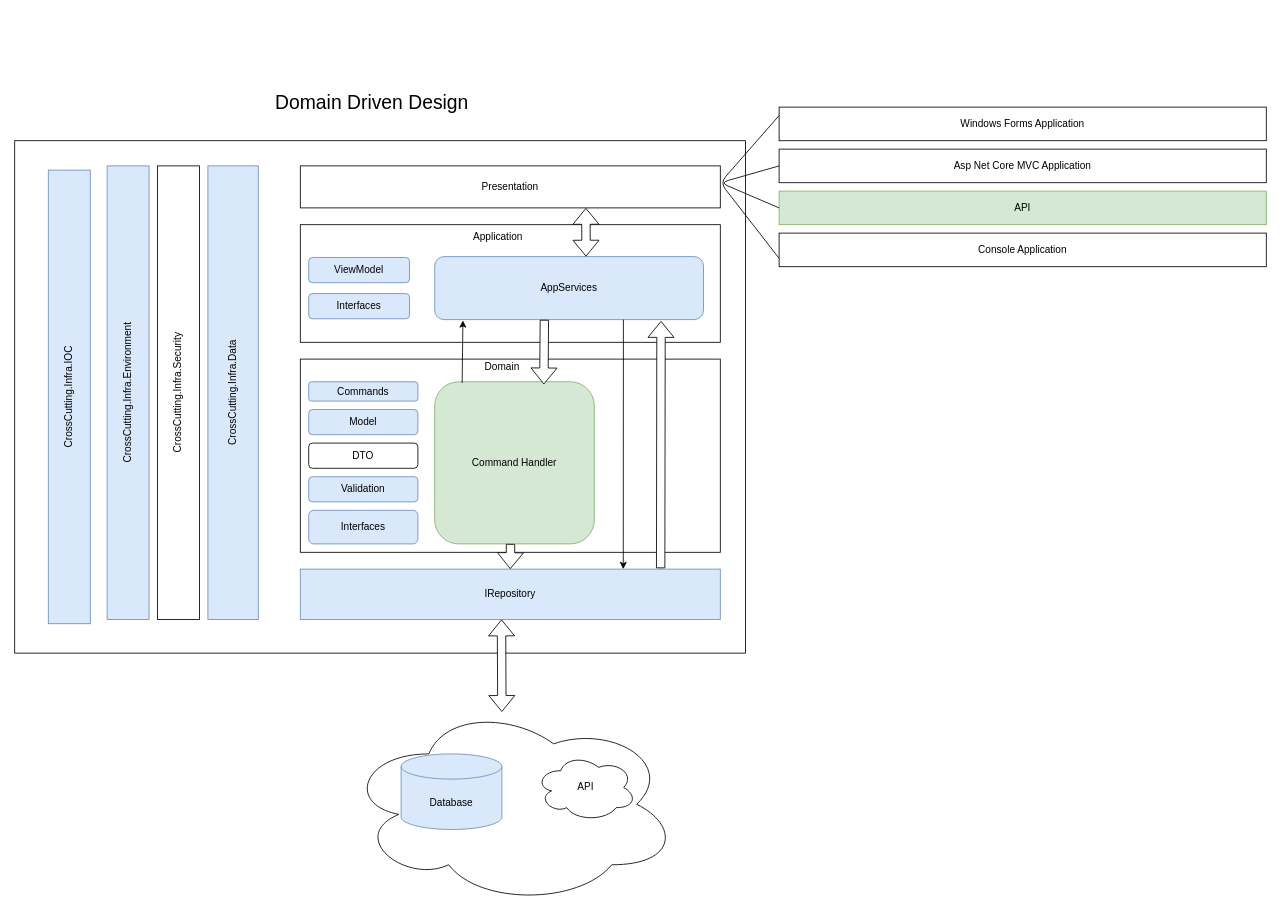
Above: page "DDD" (6 of 9) of docs/Documentation.drawio in jairodemelo/APITest (draw.io), before the change. Source tidied: cells renumbered, new cells numbered last; positions are measured from the earlier drawing's top-left corner, leaving out a move shared by most shapes. Both pictures are drawn from the tidied source at 84%, with x=0, y=0 at pixel (14, 90).
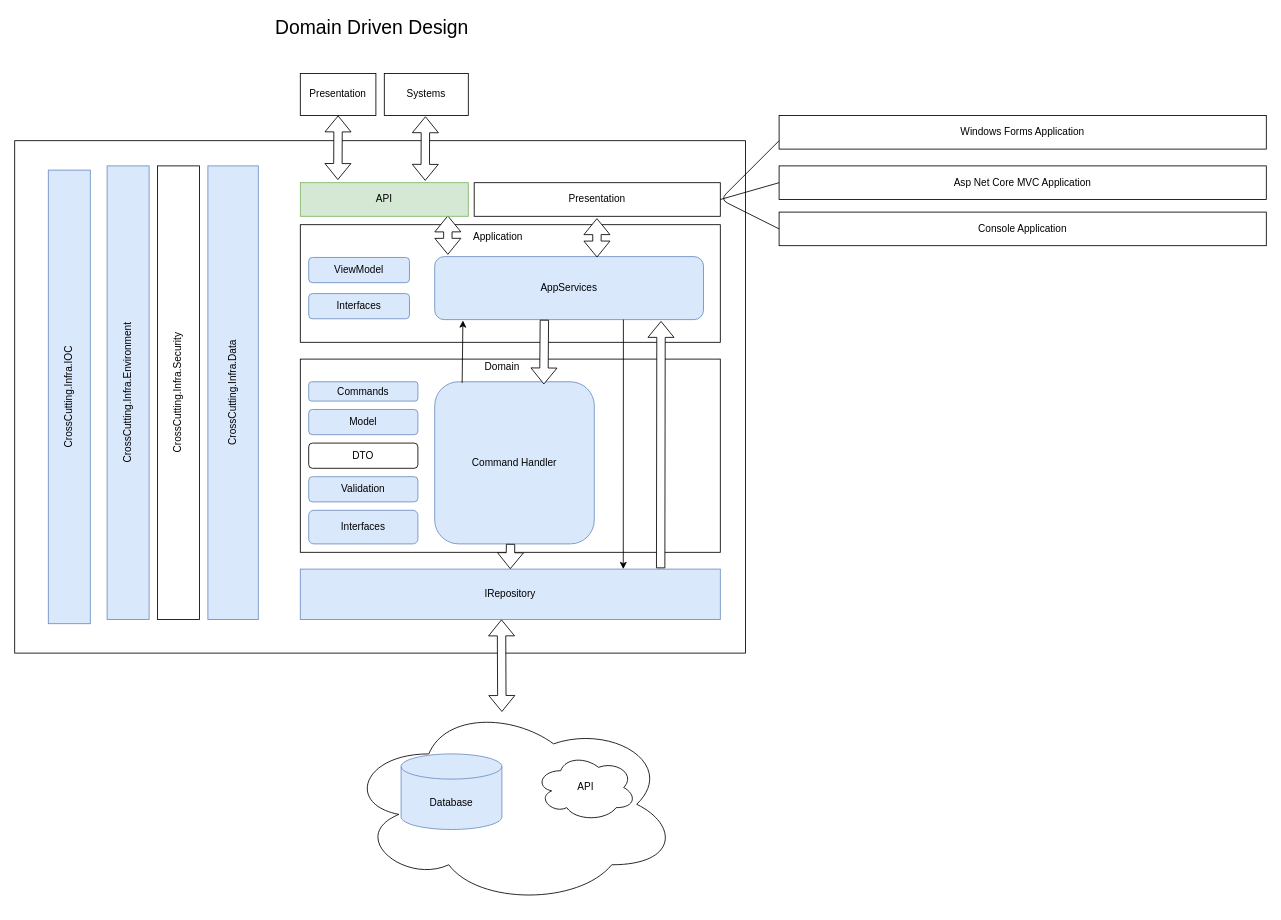
The same diagram, later.

The change refers to these unchanged cells:
```xml
<mxCell id="9" value="AppServices" style="rounded=1;whiteSpace=wrap;html=1;fontSize=12;fillColor=#dae8fc;strokeColor=#6c8ebf;" parent="1" vertex="1">
  <mxGeometry x="500" y="198" width="320" height="75" as="geometry" />
</mxCell>
```

Diff of the diagram source:
```diff
@@
     <mxCell id="3" value="Domain Driven Design" style="text;html=1;align=center;verticalAlign=middle;fontSize=23;" parent="1" vertex="1">
-      <mxGeometry x="300" width="250" height="30" as="geometry" />
+      <mxGeometry x="300" y="-90" width="250" height="30" as="geometry" />
     </mxCell>
@@
     <mxCell id="6" value="Presentation" style="rounded=0;whiteSpace=wrap;html=1;fontSize=12;" parent="1" vertex="1">
-      <mxGeometry x="340" y="90" width="500" height="50" as="geometry" />
+      <mxGeometry x="340" y="-20" width="90" height="50" as="geometry" />
     </mxCell>
@@
-    <mxCell id="12" style="shape=flexArrow;endArrow=classic;startArrow=classic;html=1;fontSize=12;entryX=0.68;entryY=1;entryDx=0;entryDy=0;entryPerimeter=0;exitX=0.563;exitY=0;exitDx=0;exitDy=0;exitPerimeter=0;fillColor=#ffffff;" parent="1" edge="1" source="9" target="6">
+    <mxCell id="12" style="shape=flexArrow;endArrow=classic;startArrow=classic;html=1;fontSize=12;exitX=0.049;exitY=-0.03;exitDx=0;exitDy=0;exitPerimeter=0;fillColor=#ffffff;entryX=0.878;entryY=0.976;entryDx=0;entryDy=0;entryPerimeter=0;" parent="1" edge="1" source="9" target="35">
       <mxGeometry relative="1" as="geometry" />
     </mxCell>
@@
-    <mxCell id="16" value="Command Handler" style="rounded=1;whiteSpace=wrap;html=1;fontSize=12;fillColor=#d5e8d4;strokeColor=#82b366;" parent="1" vertex="1">
+    <mxCell id="16" value="Command Handler" style="rounded=1;whiteSpace=wrap;html=1;fontSize=12;fillColor=#dae8fc;strokeColor=#6c8ebf;" parent="1" vertex="1">
       <mxGeometry x="500" y="347" width="190" height="193" as="geometry" />
     </mxCell>
@@
     <mxCell id="33" value="Windows Forms Application" style="rounded=0;whiteSpace=wrap;html=1;" parent="1" vertex="1">
-      <mxGeometry x="910" y="20" width="580" height="40" as="geometry" />
+      <mxGeometry x="910" y="30" width="580" height="40" as="geometry" />
     </mxCell>
     <mxCell id="34" value="Asp Net Core MVC Application" style="rounded=0;whiteSpace=wrap;html=1;" parent="1" vertex="1">
-      <mxGeometry x="910" y="70" width="580" height="40" as="geometry" />
+      <mxGeometry x="910" y="90" width="580" height="40" as="geometry" />
     </mxCell>
     <mxCell id="35" value="API" style="rounded=0;whiteSpace=wrap;html=1;fillColor=#d5e8d4;strokeColor=#82b366;" parent="1" vertex="1">
-      <mxGeometry x="910" y="120" width="580" height="40" as="geometry" />
+      <mxGeometry x="340" y="110" width="200" height="40" as="geometry" />
     </mxCell>
     <mxCell id="36" value="Console Application" style="rounded=0;whiteSpace=wrap;html=1;" parent="1" vertex="1">
-      <mxGeometry x="910" y="170" width="580" height="40" as="geometry" />
+      <mxGeometry x="910" y="145" width="580" height="40" as="geometry" />
     </mxCell>
-    <mxCell id="37" style="endArrow=none;html=1;entryX=0;entryY=0.25;entryDx=0;entryDy=0;exitX=0;exitY=0.75;exitDx=0;exitDy=0;" parent="1" edge="1" source="36" target="33">
-      <mxGeometry relative="1" as="geometry">
-        <Array as="points">
-          <mxPoint x="840" y="110" />
-        </Array>
-      </mxGeometry>
-    </mxCell>
-    <mxCell id="38" style="endArrow=none;html=1;entryX=0;entryY=0.5;entryDx=0;entryDy=0;exitX=0;exitY=0.5;exitDx=0;exitDy=0;" parent="1" edge="1" source="35" target="34">
-      <mxGeometry relative="1" as="geometry">
-        <Array as="points">
-          <mxPoint x="840" y="110" />
-        </Array>
-      </mxGeometry>
-    </mxCell>
+    <mxCell id="39" value="Systems" style="rounded=0;whiteSpace=wrap;html=1;fontSize=12;" parent="1" vertex="1">
+      <mxGeometry x="440" y="-20" width="100" height="50" as="geometry" />
+    </mxCell>
+    <mxCell id="40" style="shape=flexArrow;endArrow=classic;startArrow=classic;html=1;fontSize=12;exitX=0.049;exitY=-0.03;exitDx=0;exitDy=0;exitPerimeter=0;fillColor=#ffffff;entryX=0.5;entryY=1;entryDx=0;entryDy=0;" parent="1" edge="1" target="6">
+      <mxGeometry relative="1" as="geometry">
+        <mxPoint x="384.7" y="106.7" as="sourcePoint" />
+      </mxGeometry>
+    </mxCell>
+    <mxCell id="41" style="shape=flexArrow;endArrow=classic;startArrow=classic;html=1;fontSize=12;exitX=0.049;exitY=-0.03;exitDx=0;exitDy=0;exitPerimeter=0;fillColor=#ffffff;entryX=0.5;entryY=1;entryDx=0;entryDy=0;" parent="1" edge="1">
+      <mxGeometry relative="1" as="geometry">
+        <mxPoint x="488.7" y="107.7" as="sourcePoint" />
+        <mxPoint x="489" y="31" as="targetPoint" />
+      </mxGeometry>
+    </mxCell>
+    <mxCell id="42" value="Presentation" style="rounded=0;whiteSpace=wrap;html=1;fontSize=12;" parent="1" vertex="1">
+      <mxGeometry x="547" y="110" width="293" height="40" as="geometry" />
+    </mxCell>
+    <mxCell id="43" style="shape=flexArrow;endArrow=classic;startArrow=classic;html=1;fontSize=12;exitX=0.049;exitY=-0.03;exitDx=0;exitDy=0;exitPerimeter=0;fillColor=#ffffff;entryX=0.878;entryY=0.976;entryDx=0;entryDy=0;entryPerimeter=0;" parent="1" edge="1">
+      <mxGeometry relative="1" as="geometry">
+        <mxPoint x="693.2" y="199" as="sourcePoint" />
+        <mxPoint x="693.1" y="152.3" as="targetPoint" />
+      </mxGeometry>
+    </mxCell>
+    <mxCell id="44" style="endArrow=none;html=1;exitX=0;exitY=0.5;exitDx=0;exitDy=0;" parent="1" edge="1" source="36">
+      <mxGeometry relative="1" as="geometry">
+        <mxPoint x="910" y="60" as="targetPoint" />
+        <Array as="points">
+          <mxPoint x="840" y="130" />
+        </Array>
+      </mxGeometry>
+    </mxCell>
+    <mxCell id="45" style="endArrow=none;html=1;entryX=0;entryY=0.5;entryDx=0;entryDy=0;exitX=1;exitY=0.5;exitDx=0;exitDy=0;" parent="1" edge="1" source="42" target="34">
+      <mxGeometry relative="1" as="geometry" />
+    </mxCell>
```
